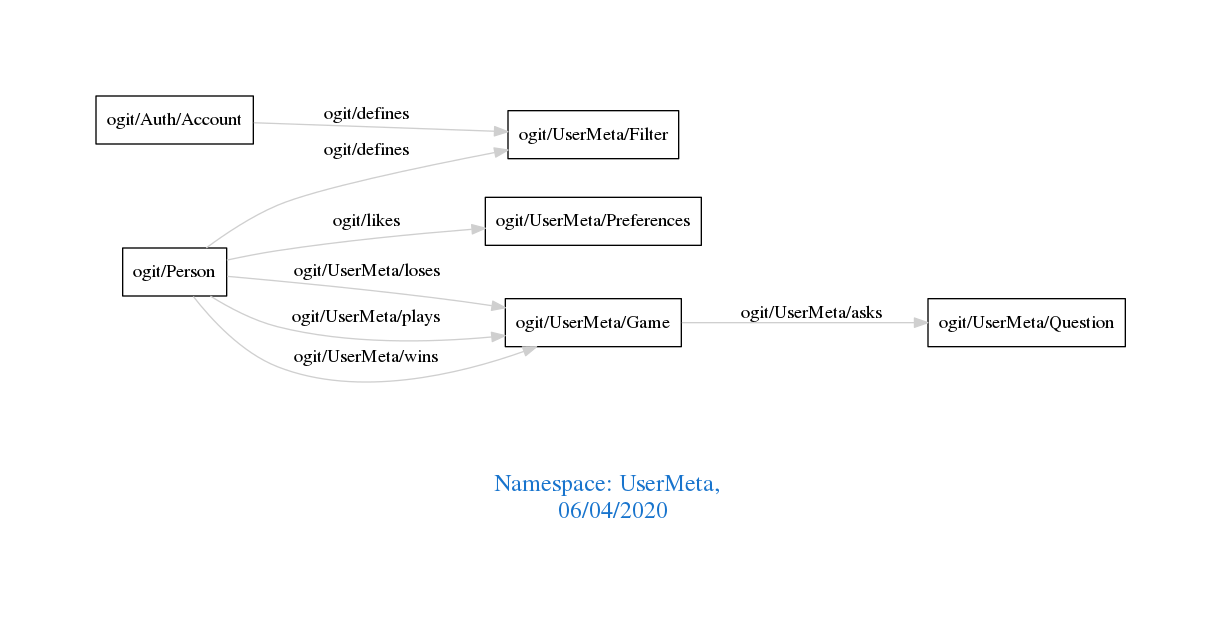
arago/OGIT keeps this Graphviz diagram as downloads/UserMeta.png. Above is the earlier version. Its source is kept beside it as downloads/UserMeta.dot.
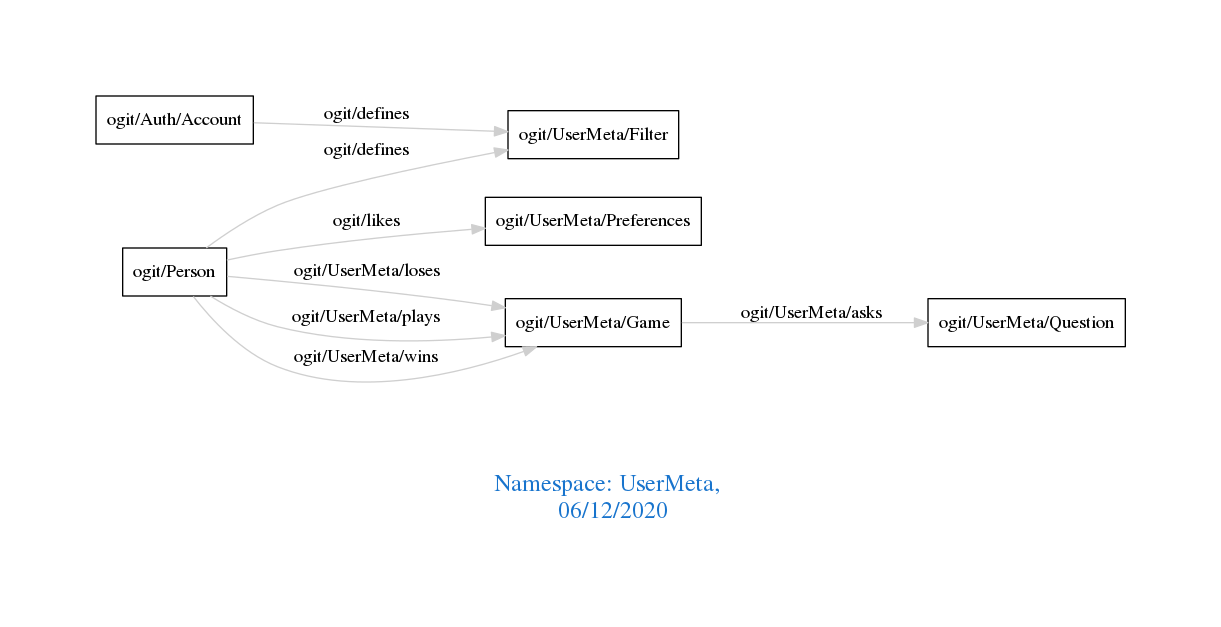
After the commit.

Change to the diagram source:
```diff
@@ -1,7 +1,7 @@
 digraph OGIT_ontology {
  graph [ rankdir= LR,pad=1
 fontsize = 18,
-fontcolor= dodgerblue3,label = "\n\n\nNamespace: UserMeta, \n 06/04/2020"];
+fontcolor= dodgerblue3,label = "\n\n\nNamespace: UserMeta, \n 06/12/2020"];
 node[shape=polygon];
 edge [  color="gray81"];
 
```
